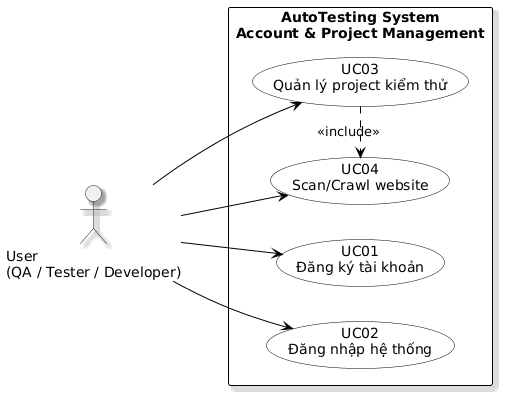
Above: images/usecase/usecase_account_project.png in NguyenHung1207/thesis-report (PlantUML), before the change. The source it was exported from:
```plantuml
@startuml
left to right direction

skinparam packageStyle rectangle
skinparam shadowing true
skinparam usecase {
  BackgroundColor White
  BorderColor Black
  ArrowColor Black
}
skinparam rectangle {
  BorderColor Black
}

actor "User\n(QA / Tester / Developer)" as User

rectangle "AutoTesting System\nAccount & Project Management" {
  usecase "UC01\nĐăng ký tài khoản" as UC01
  usecase "UC02\nĐăng nhập hệ thống" as UC02
  usecase "UC03\nQuản lý project kiểm thử" as UC03
  usecase "UC04\nScan/Crawl website" as UC04
}

User --> UC01
User --> UC02
User --> UC03
User --> UC04

UC03 .> UC04 : <<include>>
@enduml
```
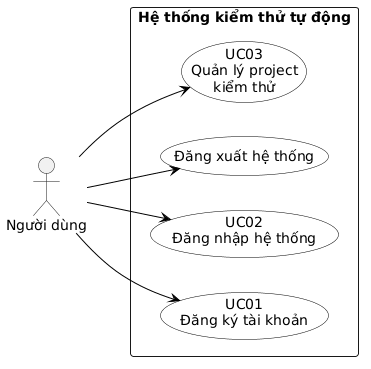
Above is the later version.

What changed in the source:
```diff
@@ -1,30 +1,25 @@
 @startuml
 left to right direction
 
+skinparam shadowing false
 skinparam packageStyle rectangle
-skinparam shadowing true
 skinparam usecase {
-  BackgroundColor White
-  BorderColor Black
-  ArrowColor Black
-}
-skinparam rectangle {
-  BorderColor Black
+    BackgroundColor white
+    BorderColor black
+    ArrowColor black
 }
 
-actor "User\n(QA / Tester / Developer)" as User
+actor "Người dùng" as User
 
-rectangle "AutoTesting System\nAccount & Project Management" {
-  usecase "UC01\nĐăng ký tài khoản" as UC01
-  usecase "UC02\nĐăng nhập hệ thống" as UC02
-  usecase "UC03\nQuản lý project kiểm thử" as UC03
-  usecase "UC04\nScan/Crawl website" as UC04
+rectangle "Hệ thống kiểm thử tự động" {
+    usecase "UC01\nĐăng ký tài khoản" as UC01
+    usecase "UC02\nĐăng nhập hệ thống" as UC02
+    usecase "Đăng xuất hệ thống" as Logout
+    usecase "UC03\nQuản lý project\nkiểm thử" as UC03
 }
 
 User --> UC01
 User --> UC02
+User --> Logout
 User --> UC03
-User --> UC04
-
-UC03 .> UC04 : <<include>>
 @enduml
```
